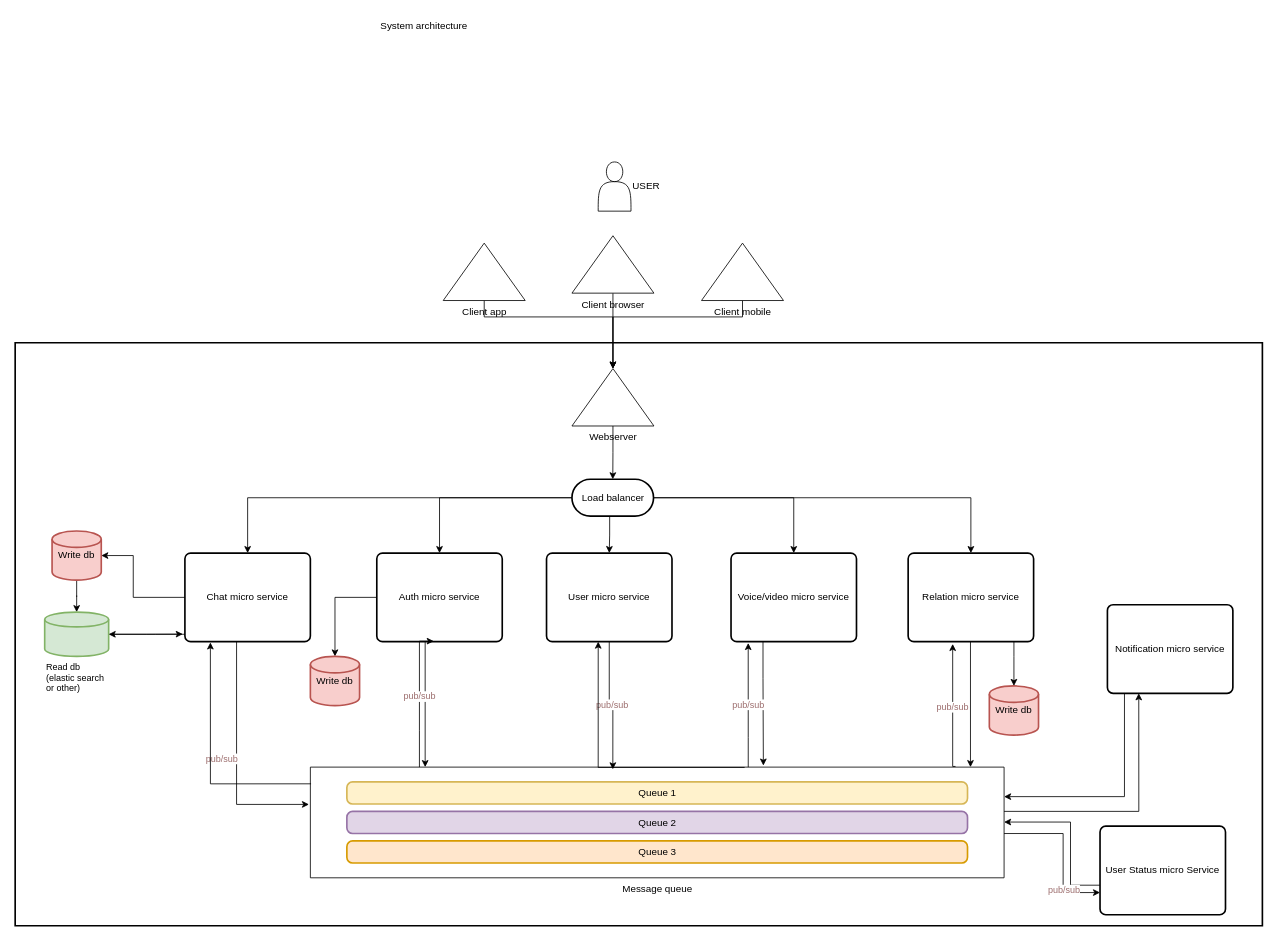
This is documentation/first-draft.sysarc.drawio from SD-2-semester/DLS-semester-project, a draw.io file, before an edit. Source tidied: cells renumbered, new cells numbered last; positions are measured from the earlier drawing's top-left corner, leaving out a move shared by most shapes. Both pictures are drawn from the tidied source at 82%, with x=0, y=0 at pixel (15, 14).
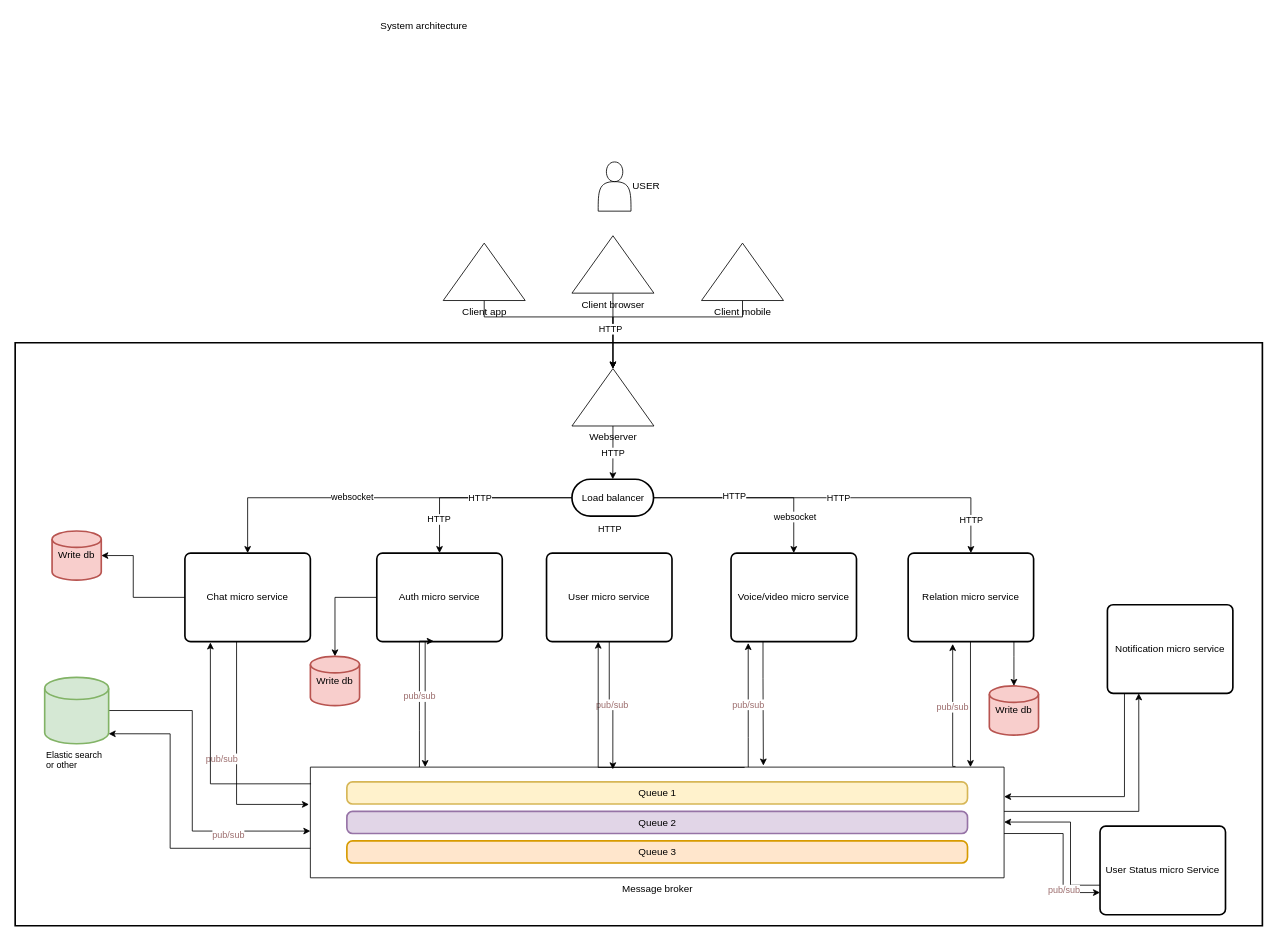
The same page after the edit.

Unchanged cells that the change refers to:
```xml
<mxCell id="8" value="Webserver" style="verticalLabelPosition=bottom;verticalAlign=top;html=1;shape=mxgraph.basic.acute_triangle;dx=0.5;" parent="1" vertex="1">
  <mxGeometry x="679" y="432" width="100" height="70" as="geometry" />
</mxCell>
<mxCell id="11" style="edgeStyle=orthogonalEdgeStyle;rounded=0;jettySize=auto;html=1;fontSize=11;fontColor=#9c6d6d;" parent="1" edge="1" source="12" target="8">
  <mxGeometry relative="1" as="geometry">
    <Array as="points">
      <mxPoint x="572" y="369" />
      <mxPoint x="729" y="369" />
    </Array>
  </mxGeometry>
</mxCell>
<mxCell id="13" style="edgeStyle=orthogonalEdgeStyle;rounded=0;jettySize=auto;html=1;" parent="1" edge="1" source="18" target="25">
  <mxGeometry relative="1" as="geometry" />
</mxCell>
<mxCell id="14" style="edgeStyle=orthogonalEdgeStyle;rounded=0;jettySize=auto;html=1;" parent="1" edge="1" source="18" target="22">
  <mxGeometry relative="1" as="geometry" />
</mxCell>
<mxCell id="15" style="edgeStyle=orthogonalEdgeStyle;rounded=0;jettySize=auto;html=1;" parent="1" edge="1" source="18" target="27">
  <mxGeometry relative="1" as="geometry" />
</mxCell>
<mxCell id="16" style="edgeStyle=orthogonalEdgeStyle;rounded=0;jettySize=auto;html=1;fontSize=11;fontColor=#9c6d6d;" parent="1" edge="1" source="18" target="45">
  <mxGeometry relative="1" as="geometry" />
</mxCell>
<mxCell id="18" value="Load balancer" style="html=1;dashed=0;whitespace=wrap;shape=mxgraph.dfd.start;strokeWidth=2;fillColor=none;" parent="1" vertex="1">
  <mxGeometry x="679" y="567" width="99.5" height="45" as="geometry" />
</mxCell>
<mxCell id="22" value="Chat micro service" style="rounded=1;whiteSpace=wrap;html=1;absoluteArcSize=1;arcSize=14;strokeWidth=2;fillColor=none;" parent="1" vertex="1">
  <mxGeometry x="207" y="657" width="153" height="108" as="geometry" />
</mxCell>
<mxCell id="29" value="Write db" style="strokeWidth=2;html=1;shape=mxgraph.flowchart.database;whiteSpace=wrap;fillColor=#f8cecc;strokeColor=#b85450;" parent="1" vertex="1">
  <mxGeometry x="45" y="630" width="60" height="60" as="geometry" />
</mxCell>
<mxCell id="32" style="group;" parent="1" vertex="1">
  <mxGeometry x="360" y="918" width="846" height="135" as="geometry" />
</mxCell>
<mxCell id="41" value="User micro service" style="rounded=1;whiteSpace=wrap;html=1;absoluteArcSize=1;arcSize=14;strokeWidth=2;fillColor=none;" parent="1" vertex="1">
  <mxGeometry x="648" y="657" width="153" height="108" as="geometry" />
</mxCell>
```

Change to the diagram source:
```diff
@@
-    <mxCell id="7" style="edgeStyle=orthogonalEdgeStyle;rounded=0;jettySize=auto;html=1;" parent="1" edge="1" source="8" target="18">
+    <mxCell id="7" value="HTTP" style="edgeStyle=orthogonalEdgeStyle;rounded=0;jettySize=auto;html=1;" parent="1" edge="1" source="8" target="18">
       <mxGeometry relative="1" as="geometry" />
     </mxCell>
@@
+    <mxCell id="56" value="&lt;span style=&quot;color: rgb(0, 0, 0);&quot;&gt;HTTP&lt;/span&gt;" style="edgeLabel;html=1;align=center;verticalAlign=middle;fontSize=11;fontColor=#9c6d6d;" parent="11" vertex="1">
+      <mxGeometry x="0.59" y="-4" relative="1" as="geometry" />
+    </mxCell>
@@
+    <mxCell id="57" value="&lt;span style=&quot;color: rgb(0, 0, 0);&quot;&gt;HTTP&lt;/span&gt;" style="edgeLabel;html=1;align=center;verticalAlign=middle;fontSize=11;fontColor=#9c6d6d;" parent="13" vertex="1">
+      <mxGeometry x="0.63" y="-1" relative="1" as="geometry" />
+    </mxCell>
@@
+    <mxCell id="58" value="&lt;span style=&quot;color: rgb(0, 0, 0);&quot;&gt;websocket&lt;/span&gt;" style="edgeLabel;html=1;align=center;verticalAlign=middle;fontSize=11;fontColor=#9c6d6d;" parent="14" vertex="1">
+      <mxGeometry x="0.16" y="-1" relative="1" as="geometry" />
+    </mxCell>
+    <mxCell id="59" value="&lt;span style=&quot;color: rgb(0, 0, 0);&quot;&gt;HTTP&lt;/span&gt;" style="edgeLabel;html=1;align=center;verticalAlign=middle;fontSize=11;fontColor=#9c6d6d;" parent="14" vertex="1">
+      <mxGeometry x="-0.51" relative="1" as="geometry" />
+    </mxCell>
@@
+    <mxCell id="60" value="&lt;span style=&quot;color: rgb(0, 0, 0);&quot;&gt;websocket&lt;/span&gt;" style="edgeLabel;html=1;align=center;verticalAlign=middle;fontSize=11;fontColor=#9c6d6d;" parent="15" vertex="1">
+      <mxGeometry x="0.63" y="1" relative="1" as="geometry" />
+    </mxCell>
@@
+    <mxCell id="61" value="&lt;span style=&quot;color: rgb(0, 0, 0);&quot;&gt;HTTP&lt;/span&gt;" style="edgeLabel;html=1;align=center;verticalAlign=middle;fontSize=11;fontColor=#9c6d6d;" parent="16" vertex="1">
+      <mxGeometry x="-0.57" y="2" relative="1" as="geometry" />
+    </mxCell>
+    <mxCell id="62" value="&lt;span style=&quot;color: rgb(0, 0, 0);&quot;&gt;HTTP&lt;/span&gt;" style="edgeLabel;html=1;align=center;verticalAlign=middle;fontSize=11;fontColor=#9c6d6d;" parent="16" vertex="1">
+      <mxGeometry x="-0.01" relative="1" as="geometry" />
+    </mxCell>
+    <mxCell id="63" value="&lt;span style=&quot;color: rgb(0, 0, 0);&quot;&gt;HTTP&lt;/span&gt;" style="edgeLabel;html=1;align=center;verticalAlign=middle;fontSize=11;fontColor=#9c6d6d;" parent="16" vertex="1">
+      <mxGeometry x="0.82" relative="1" as="geometry" />
+    </mxCell>
-    <mxCell id="17" style="edgeStyle=orthogonalEdgeStyle;rounded=0;jettySize=auto;html=1;entryX=0.5;entryY=0;entryDx=0;entryDy=0;fontSize=11;fontColor=#9c6d6d;" parent="1" edge="1" source="18" target="41">
+    <mxCell id="17" value="&#10;&lt;span style=&quot;color: rgb(0, 0, 0); font-family: Helvetica; font-size: 11px; font-style: normal; font-variant-ligatures: normal; font-variant-caps: normal; font-weight: 400; letter-spacing: normal; orphans: 2; text-align: center; text-indent: 0px; text-transform: none; widows: 2; word-spacing: 0px; -webkit-text-stroke-width: 0px; background-color: rgb(255, 255, 255); text-decoration-thickness: initial; text-decoration-style: initial; text-decoration-color: initial; float: none; display: inline !important;&quot;&gt;HTTP&lt;/span&gt;&#10;&#10;" style="edgeStyle=orthogonalEdgeStyle;rounded=0;jettySize=auto;html=1;entryX=0.5;entryY=0;entryDx=0;entryDy=0;fontSize=11;fontColor=#9c6d6d;" parent="1" edge="1" source="18" target="41">
       <mxGeometry relative="1" as="geometry">
         <Array as="points">
           <mxPoint x="725" y="635" />
           <mxPoint x="725" y="635" />
         </Array>
       </mxGeometry>
     </mxCell>
@@
-    <mxCell id="19" style="edgeStyle=orthogonalEdgeStyle;rounded=0;jettySize=auto;html=1;fontSize=11;fontColor=#9c6d6d;entryX=1;entryY=0.5;entryDx=0;entryDy=0;entryPerimeter=0;" parent="1" edge="1" source="22" target="31">
-      <mxGeometry relative="1" as="geometry">
-        <Array as="points">
-          <mxPoint x="171" y="756" />
-          <mxPoint x="171" y="756" />
-        </Array>
-      </mxGeometry>
-    </mxCell>
@@
-    <mxCell id="28" style="edgeStyle=orthogonalEdgeStyle;rounded=0;jettySize=auto;html=1;" parent="1" edge="1" source="29" target="31">
-      <mxGeometry relative="1" as="geometry" />
-    </mxCell>
@@
-    <mxCell id="30" style="edgeStyle=orthogonalEdgeStyle;rounded=0;jettySize=auto;html=1;entryX=-0.017;entryY=0.915;entryDx=0;entryDy=0;entryPerimeter=0;fontSize=11;fontColor=#9c6d6d;" parent="1" edge="1" source="31" target="22">
-      <mxGeometry relative="1" as="geometry" />
-    </mxCell>
+    <mxCell id="64" style="edgeStyle=orthogonalEdgeStyle;rounded=0;jettySize=auto;html=1;entryX=0;entryY=0.578;entryDx=0;entryDy=0;entryPerimeter=0;fontSize=11;fontColor=#9c6d6d;" parent="1" edge="1" source="31" target="33">
+      <mxGeometry relative="1" as="geometry">
+        <Array as="points">
+          <mxPoint x="216" y="849" />
+          <mxPoint x="216" y="996" />
+        </Array>
+      </mxGeometry>
+    </mxCell>
+    <mxCell id="65" value="pub/sub" style="edgeLabel;html=1;align=center;verticalAlign=middle;fontSize=11;fontColor=#9c6d6d;" parent="64" vertex="1">
+      <mxGeometry x="0.49" y="-4" relative="1" as="geometry" />
+    </mxCell>
-    <mxCell id="31" value="Read db (elastic search or other)" style="strokeWidth=2;html=1;shape=mxgraph.flowchart.database;whiteSpace=wrap;fillColor=#d5e8d4;labelPosition=center;verticalLabelPosition=bottom;align=left;verticalAlign=top;fontSize=11;labelBackgroundColor=default;strokeColor=#82b366;" parent="1" vertex="1">
-      <mxGeometry x="36" y="729" width="78" height="54" as="geometry" />
+    <mxCell id="31" value="Elastic search or other" style="strokeWidth=2;html=1;shape=mxgraph.flowchart.database;whiteSpace=wrap;fillColor=#d5e8d4;labelPosition=center;verticalLabelPosition=bottom;align=left;verticalAlign=top;fontSize=11;labelBackgroundColor=default;strokeColor=#82b366;" parent="1" vertex="1">
+      <mxGeometry x="36" y="808.5" width="78" height="81" as="geometry" />
     </mxCell>
@@
-    <mxCell id="33" value="Message queue" style="verticalLabelPosition=bottom;verticalAlign=top;html=1;shape=mxgraph.basic.rect;fillColor2=none;strokeWidth=1;size=20;indent=5;fillColor=none;" parent="32" vertex="1">
+    <mxCell id="33" value="Message broker" style="verticalLabelPosition=bottom;verticalAlign=top;html=1;shape=mxgraph.basic.rect;fillColor2=none;strokeWidth=1;size=20;indent=5;fillColor=none;" parent="32" vertex="1">
       <mxGeometry width="846" height="135" as="geometry" />
     </mxCell>
@@
+    <mxCell id="66" style="edgeStyle=orthogonalEdgeStyle;rounded=0;jettySize=auto;html=1;entryX=1;entryY=0.85;entryDx=0;entryDy=0;entryPerimeter=0;fontSize=11;fontColor=#9c6d6d;" parent="1" edge="1" source="33" target="31">
+      <mxGeometry x="-0.01" y="18" relative="1" as="geometry">
+        <Array as="points">
+          <mxPoint x="189" y="1017" />
+          <mxPoint x="189" y="877" />
+        </Array>
+      </mxGeometry>
+    </mxCell>
```
